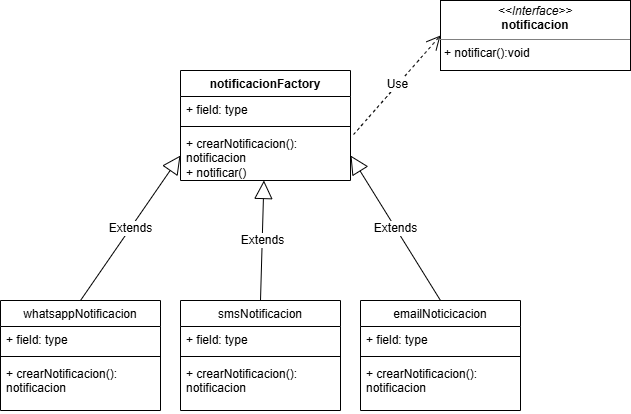
RaulFBS/Patrones-de-Diseno-Java keeps this draw.io diagram as 01-Creacionales/Factory/Ejercicio01-SistemaDeNotificaciones/diagramas/DiagramaDeClases.drawio.png. Above is the earlier version. Source tidied: cells renumbered, new cells last; positions are measured from the earlier drawing's top-left corner, leaving out a move shared by most shapes.
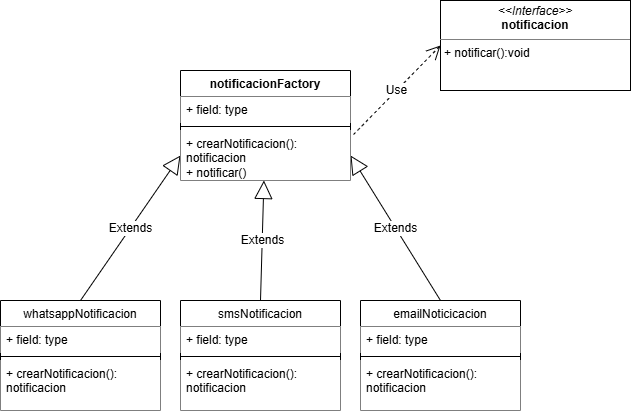
The same diagram one commit later.

The edit, as a diff of the source:
```diff
@@ -3,42 +3,42 @@
     <mxCell id="0" />
     <mxCell id="1" parent="0" />
     <mxCell id="2" value="&lt;p style=&quot;margin:0px;margin-top:4px;text-align:center;&quot;&gt;&lt;i&gt;&amp;lt;&amp;lt;Interface&amp;gt;&amp;gt;&lt;/i&gt;&lt;br&gt;&lt;b&gt;notificacion&lt;/b&gt;&lt;/p&gt;&lt;hr size=&quot;1&quot; style=&quot;border-style:solid;&quot;&gt;&lt;p style=&quot;margin:0px;margin-left:4px;&quot;&gt;+ notificar():void&lt;/p&gt;" style="verticalAlign=top;align=left;overflow=fill;html=1;whiteSpace=wrap;" parent="1" vertex="1">
-      <mxGeometry x="440" width="190" height="70" as="geometry" />
+      <mxGeometry x="440" width="190" height="90" as="geometry" />
     </mxCell>
     <mxCell id="3" value="&lt;span style=&quot;font-weight: 400;&quot;&gt;emailNoticicacion&lt;/span&gt;" style="swimlane;fontStyle=1;align=center;verticalAlign=top;horizontal=1;startSize=26;whiteSpace=wrap;html=1;" parent="1" vertex="1">
       <mxGeometry x="360" y="300" width="160" height="110" as="geometry" />
     </mxCell>
-    <mxCell id="4" value="+ field: type" style="text;strokeColor=none;fillColor=none;align=left;verticalAlign=top;spacingLeft=4;spacingRight=4;overflow=hidden;whiteSpace=wrap;html=1;" parent="3" vertex="1">
+    <mxCell id="4" value="+ field: type" style="text;strokeColor=none;fillColor=default;align=left;verticalAlign=top;spacingLeft=4;spacingRight=4;overflow=hidden;whiteSpace=wrap;html=1;" parent="3" vertex="1">
       <mxGeometry y="26" width="160" height="26" as="geometry" />
     </mxCell>
     <mxCell id="5" style="line;strokeWidth=1;fillColor=none;align=left;verticalAlign=middle;spacingTop=-1;spacingLeft=3;spacingRight=3;labelPosition=right;strokeColor=inherit;" parent="3" vertex="1">
       <mxGeometry y="52" width="160" height="8" as="geometry" />
     </mxCell>
-    <mxCell id="6" value="+ crearNotificacion(): notificacion" style="text;strokeColor=none;fillColor=none;align=left;verticalAlign=top;spacingLeft=4;spacingRight=4;overflow=hidden;whiteSpace=wrap;html=1;" parent="3" vertex="1">
+    <mxCell id="6" value="+ crearNotificacion(): notificacion" style="text;strokeColor=none;fillColor=default;align=left;verticalAlign=top;spacingLeft=4;spacingRight=4;overflow=hidden;whiteSpace=wrap;html=1;" parent="3" vertex="1">
       <mxGeometry y="60" width="160" height="50" as="geometry" />
     </mxCell>
     <mxCell id="7" value="&lt;span style=&quot;font-weight: 400;&quot;&gt;whatsappNotificacion&lt;/span&gt;" style="swimlane;fontStyle=1;align=center;verticalAlign=top;horizontal=1;startSize=26;whiteSpace=wrap;html=1;" parent="1" vertex="1">
       <mxGeometry y="300" width="160" height="110" as="geometry" />
     </mxCell>
-    <mxCell id="8" value="+ field: type" style="text;strokeColor=none;fillColor=none;align=left;verticalAlign=top;spacingLeft=4;spacingRight=4;overflow=hidden;whiteSpace=wrap;html=1;" parent="7" vertex="1">
+    <mxCell id="8" value="+ field: type" style="text;strokeColor=none;fillColor=default;align=left;verticalAlign=top;spacingLeft=4;spacingRight=4;overflow=hidden;whiteSpace=wrap;html=1;" parent="7" vertex="1">
       <mxGeometry y="26" width="160" height="26" as="geometry" />
     </mxCell>
     <mxCell id="9" style="line;strokeWidth=1;fillColor=none;align=left;verticalAlign=middle;spacingTop=-1;spacingLeft=3;spacingRight=3;labelPosition=right;strokeColor=inherit;" parent="7" vertex="1">
       <mxGeometry y="52" width="160" height="8" as="geometry" />
     </mxCell>
-    <mxCell id="10" value="+ crearNotificacion(): notificacion" style="text;strokeColor=none;fillColor=none;align=left;verticalAlign=top;spacingLeft=4;spacingRight=4;overflow=hidden;whiteSpace=wrap;html=1;" parent="7" vertex="1">
+    <mxCell id="10" value="+ crearNotificacion(): notificacion" style="text;strokeColor=none;fillColor=default;align=left;verticalAlign=top;spacingLeft=4;spacingRight=4;overflow=hidden;whiteSpace=wrap;html=1;" parent="7" vertex="1">
       <mxGeometry y="60" width="160" height="50" as="geometry" />
     </mxCell>
     <mxCell id="11" value="&lt;span style=&quot;font-weight: 400;&quot;&gt;smsNotificacion&lt;/span&gt;" style="swimlane;fontStyle=1;align=center;verticalAlign=top;horizontal=1;startSize=26;whiteSpace=wrap;html=1;" parent="1" vertex="1">
       <mxGeometry x="180" y="300" width="160" height="110" as="geometry" />
     </mxCell>
-    <mxCell id="12" value="+ field: type" style="text;strokeColor=none;fillColor=none;align=left;verticalAlign=top;spacingLeft=4;spacingRight=4;overflow=hidden;whiteSpace=wrap;html=1;" parent="11" vertex="1">
+    <mxCell id="12" value="+ field: type" style="text;strokeColor=none;fillColor=default;align=left;verticalAlign=top;spacingLeft=4;spacingRight=4;overflow=hidden;whiteSpace=wrap;html=1;" parent="11" vertex="1">
       <mxGeometry y="26" width="160" height="26" as="geometry" />
     </mxCell>
     <mxCell id="13" style="line;strokeWidth=1;fillColor=none;align=left;verticalAlign=middle;spacingTop=-1;spacingLeft=3;spacingRight=3;labelPosition=right;strokeColor=inherit;" parent="11" vertex="1">
       <mxGeometry y="52" width="160" height="8" as="geometry" />
     </mxCell>
-    <mxCell id="14" value="+ crearNotificacion(): notificacion" style="text;strokeColor=none;fillColor=none;align=left;verticalAlign=top;spacingLeft=4;spacingRight=4;overflow=hidden;whiteSpace=wrap;html=1;" parent="11" vertex="1">
+    <mxCell id="14" value="+ crearNotificacion(): notificacion" style="text;strokeColor=none;fillColor=default;align=left;verticalAlign=top;spacingLeft=4;spacingRight=4;overflow=hidden;whiteSpace=wrap;html=1;" parent="11" vertex="1">
       <mxGeometry y="60" width="160" height="50" as="geometry" />
     </mxCell>
     <mxCell id="15" value="Extends" style="endArrow=block;endSize=16;endFill=0;html=1;rounded=0;fontSize=12;curved=1;exitX=0.5;exitY=0;exitDx=0;exitDy=0;entryX=0;entryY=0.5;entryDx=0;entryDy=0;" parent="1" edge="1" source="7" target="21">
@@ -53,13 +53,13 @@
     <mxCell id="18" value="notificacionFactory" style="swimlane;fontStyle=1;align=center;verticalAlign=top;horizontal=1;startSize=26;whiteSpace=wrap;html=1;" parent="1" vertex="1">
       <mxGeometry x="180" y="70" width="170" height="110" as="geometry" />
     </mxCell>
-    <mxCell id="19" value="+ field: type" style="text;strokeColor=none;fillColor=none;align=left;verticalAlign=top;spacingLeft=4;spacingRight=4;overflow=hidden;whiteSpace=wrap;html=1;" parent="18" vertex="1">
+    <mxCell id="19" value="+ field: type" style="text;strokeColor=none;fillColor=default;align=left;verticalAlign=top;spacingLeft=4;spacingRight=4;overflow=hidden;whiteSpace=wrap;html=1;" parent="18" vertex="1">
       <mxGeometry y="26" width="170" height="26" as="geometry" />
     </mxCell>
     <mxCell id="20" style="line;strokeWidth=1;fillColor=none;align=left;verticalAlign=middle;spacingTop=-1;spacingLeft=3;spacingRight=3;labelPosition=right;strokeColor=inherit;" parent="18" vertex="1">
       <mxGeometry y="52" width="170" height="8" as="geometry" />
     </mxCell>
-    <mxCell id="21" value="+ crearNotificacion(): notificacion&lt;div&gt;+ notificar()&lt;/div&gt;" style="text;strokeColor=none;fillColor=none;align=left;verticalAlign=top;spacingLeft=4;spacingRight=4;overflow=hidden;points=[[0,0.5],[1,0.5]];portConstraint=eastwest;whiteSpace=wrap;html=1;" parent="18" vertex="1">
+    <mxCell id="21" value="+ crearNotificacion(): notificacion&lt;div&gt;+ notificar()&lt;/div&gt;" style="text;strokeColor=none;fillColor=default;align=left;verticalAlign=top;spacingLeft=4;spacingRight=4;overflow=hidden;points=[[0,0.5],[1,0.5]];portConstraint=eastwest;whiteSpace=wrap;html=1;" parent="18" vertex="1">
       <mxGeometry y="60" width="170" height="50" as="geometry" />
     </mxCell>
     <mxCell id="22" value="Use" style="endArrow=open;endSize=12;dashed=1;html=1;rounded=0;fontSize=12;curved=1;entryX=0;entryY=0.5;entryDx=0;entryDy=0;exitX=1.018;exitY=0.08;exitDx=0;exitDy=0;exitPerimeter=0;" parent="1" edge="1" source="21" target="2">
```
